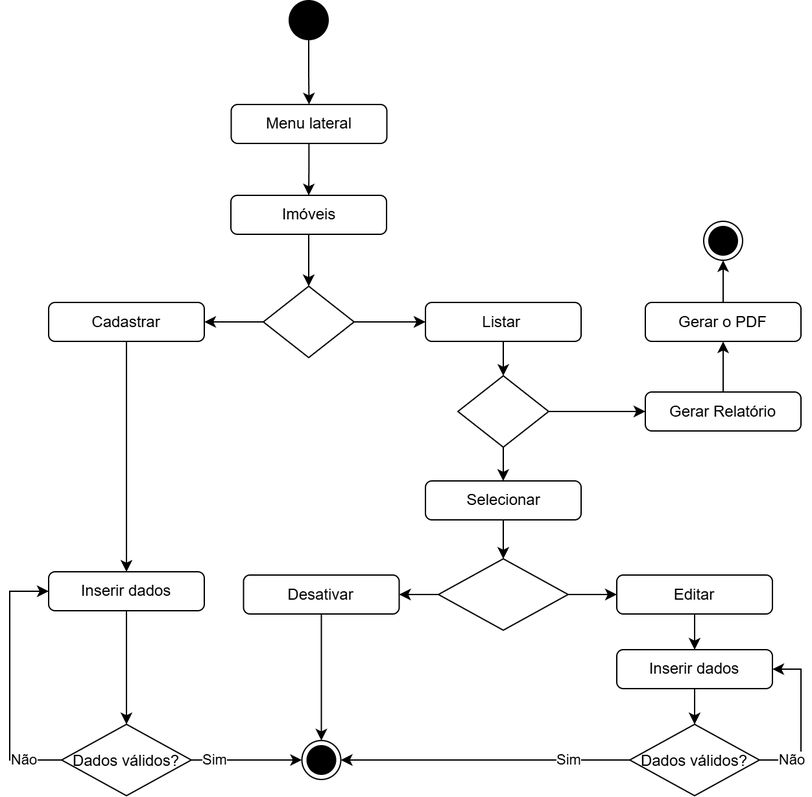
The draw.io diagram Diagramas/atividades/png/atv_imoveis.drawio.png in israel-bsi/realtyhub, before a commit. Source tidied: cells renumbered, new cells last; positions are measured from the earlier drawing's top-left corner, leaving out a move shared by most shapes.
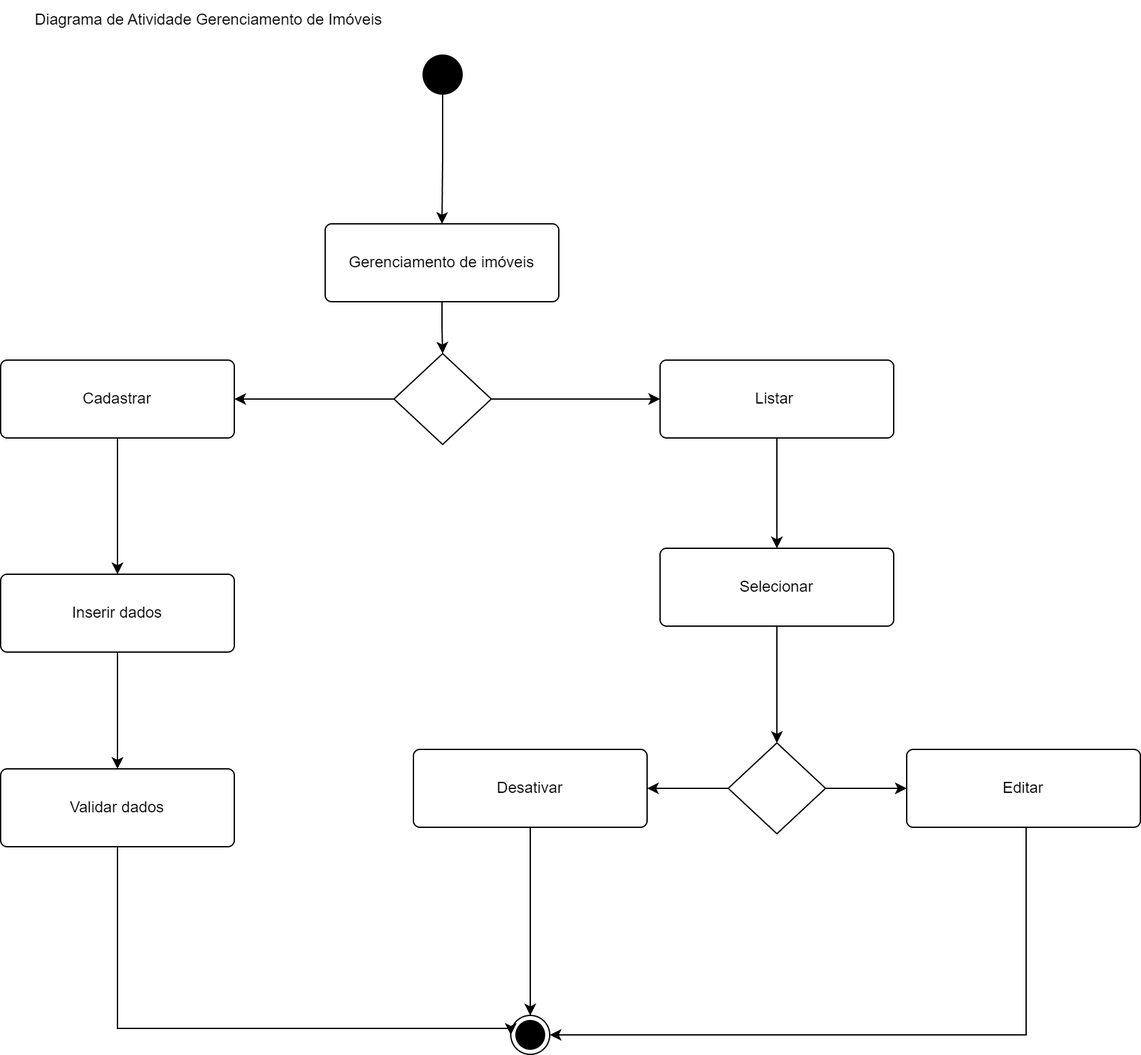
The same file after the commit.

Diff of the diagram source:
```diff
@@ -2,163 +2,93 @@
   <root>
     <mxCell id="0" />
     <mxCell id="1" parent="0" />
-    <mxCell id="2" style="edgeStyle=orthogonalEdgeStyle;rounded=0;jettySize=auto;html=1;entryX=0.5;entryY=0;entryDx=0;entryDy=0;" parent="1" edge="1" source="3" target="6">
-      <mxGeometry relative="1" as="geometry" />
-    </mxCell>
-    <mxCell id="3" value="Imóveis&lt;div&gt;&lt;/div&gt;" style="html=1;align=center;verticalAlign=middle;rounded=1;absoluteArcSize=1;arcSize=10;dashed=0;whiteSpace=wrap;" parent="1" vertex="1">
-      <mxGeometry x="170.5" y="150" width="120" height="30" as="geometry" />
-    </mxCell>
-    <mxCell id="4" style="edgeStyle=orthogonalEdgeStyle;rounded=0;jettySize=auto;html=1;entryX=0;entryY=0.5;entryDx=0;entryDy=0;" parent="1" edge="1" source="6" target="12">
-      <mxGeometry relative="1" as="geometry" />
-    </mxCell>
-    <mxCell id="5" style="edgeStyle=orthogonalEdgeStyle;rounded=0;jettySize=auto;html=1;entryX=1;entryY=0.5;entryDx=0;entryDy=0;" parent="1" edge="1" source="6" target="8">
-      <mxGeometry relative="1" as="geometry" />
-    </mxCell>
-    <mxCell id="6" style="rhombus;" parent="1" vertex="1">
-      <mxGeometry x="195.5" y="220" width="70" height="55" as="geometry" />
-    </mxCell>
-    <mxCell id="7" style="edgeStyle=orthogonalEdgeStyle;rounded=0;jettySize=auto;html=1;entryX=0.5;entryY=0;entryDx=0;entryDy=0;" parent="1" edge="1" source="8" target="23">
-      <mxGeometry relative="1" as="geometry" />
-    </mxCell>
+    <mxCell id="47" style="edgeStyle=orthogonalEdgeStyle;rounded=0;jettySize=auto;html=1;entryX=0.5;entryY=0;entryDx=0;entryDy=0;" parent="1" edge="1" source="48" target="51">
+      <mxGeometry relative="1" as="geometry" />
+    </mxCell>
+    <mxCell id="48" value="Gerenciamento de imóveis&lt;div&gt;&lt;/div&gt;" style="html=1;align=center;verticalAlign=middle;rounded=1;absoluteArcSize=1;arcSize=10;dashed=0;whiteSpace=wrap;" parent="1" vertex="1">
+      <mxGeometry x="-160" y="-840" width="180" height="60" as="geometry" />
+    </mxCell>
+    <mxCell id="49" style="edgeStyle=orthogonalEdgeStyle;rounded=0;jettySize=auto;html=1;entryX=0;entryY=0.5;entryDx=0;entryDy=0;" parent="1" edge="1" source="51" target="12">
+      <mxGeometry relative="1" as="geometry" />
+    </mxCell>
+    <mxCell id="50" style="edgeStyle=orthogonalEdgeStyle;rounded=0;jettySize=auto;html=1;entryX=1;entryY=0.5;entryDx=0;entryDy=0;" parent="1" edge="1" source="51" target="8">
+      <mxGeometry relative="1" as="geometry" />
+    </mxCell>
+    <mxCell id="51" style="rhombus;" parent="1" vertex="1">
+      <mxGeometry x="-107" y="-740" width="75" height="70" as="geometry" />
+    </mxCell>
+    <mxCell id="52" style="edgeStyle=orthogonalEdgeStyle;rounded=0;jettySize=auto;html=1;entryX=0.5;entryY=0;entryDx=0;entryDy=0;" parent="1" edge="1" source="8" target="64">
+      <mxGeometry relative="1" as="geometry" />
+    </mxCell>
     <mxCell id="8" value="&lt;div&gt;Cadastrar&lt;/div&gt;&lt;div&gt;&lt;/div&gt;" style="html=1;align=center;verticalAlign=middle;rounded=1;absoluteArcSize=1;arcSize=10;dashed=0;whiteSpace=wrap;" parent="1" vertex="1">
-      <mxGeometry x="30" y="232.5" width="120" height="30" as="geometry" />
+      <mxGeometry x="-410" y="-735" width="180" height="60" as="geometry" />
     </mxCell>
-    <mxCell id="9" style="edgeStyle=orthogonalEdgeStyle;rounded=0;jettySize=auto;html=1;entryX=0.5;entryY=0;entryDx=0;entryDy=0;" parent="1" edge="1" source="10" target="38">
-      <mxGeometry relative="1" as="geometry" />
-    </mxCell>
-    <mxCell id="10" style="ellipse;fillColor=strokeColor;html=1;" parent="1" vertex="1">
-      <mxGeometry x="215.5" width="30" height="30" as="geometry" />
-    </mxCell>
-    <mxCell id="11" style="edgeStyle=orthogonalEdgeStyle;rounded=0;jettySize=auto;html=1;" parent="1" edge="1" source="12" target="41">
-      <mxGeometry relative="1" as="geometry" />
-    </mxCell>
+    <mxCell id="53" style="edgeStyle=orthogonalEdgeStyle;rounded=0;jettySize=auto;html=1;entryX=0.5;entryY=0;entryDx=0;entryDy=0;" parent="1" edge="1" source="54" target="48">
+      <mxGeometry relative="1" as="geometry" />
+    </mxCell>
+    <mxCell id="54" style="ellipse;fillColor=strokeColor;html=1;" parent="1" vertex="1">
+      <mxGeometry x="-84.5" y="-970" width="30" height="30" as="geometry" />
+    </mxCell>
+    <mxCell id="55" value="Diagrama de Atividade Gerenciamento de Imóveis" style="text;html=1;align=center;verticalAlign=middle;strokeColor=none;fillColor=none;" parent="1" vertex="1">
+      <mxGeometry x="-395" y="-1012" width="290" height="30" as="geometry" />
+    </mxCell>
+    <mxCell id="56" style="edgeStyle=orthogonalEdgeStyle;rounded=0;jettySize=auto;html=1;entryX=0.5;entryY=0;entryDx=0;entryDy=0;" parent="1" edge="1" source="12" target="21">
+      <mxGeometry relative="1" as="geometry" />
+    </mxCell>
     <mxCell id="12" value="&lt;div&gt;&lt;span style=&quot;background-color: initial;&quot;&gt;Listar&amp;nbsp;&lt;/span&gt;&lt;br&gt;&lt;/div&gt;&lt;div&gt;&lt;/div&gt;" style="html=1;align=center;verticalAlign=middle;rounded=1;absoluteArcSize=1;arcSize=10;dashed=0;whiteSpace=wrap;" parent="1" vertex="1">
-      <mxGeometry x="320.5" y="232.5" width="120" height="30" as="geometry" />
+      <mxGeometry x="98" y="-735" width="180" height="60" as="geometry" />
     </mxCell>
-    <mxCell id="13" style="edgeStyle=orthogonalEdgeStyle;rounded=0;jettySize=auto;html=1;entryX=0;entryY=0.5;entryDx=0;entryDy=0;" parent="1" edge="1" source="15" target="19">
-      <mxGeometry relative="1" as="geometry" />
-    </mxCell>
-    <mxCell id="14" style="edgeStyle=orthogonalEdgeStyle;rounded=0;jettySize=auto;html=1;entryX=1;entryY=0.5;entryDx=0;entryDy=0;" parent="1" edge="1" source="15" target="17">
-      <mxGeometry relative="1" as="geometry" />
-    </mxCell>
-    <mxCell id="15" style="rhombus;" parent="1" vertex="1">
-      <mxGeometry x="330.5" y="430" width="100" height="55" as="geometry" />
-    </mxCell>
-    <mxCell id="16" style="edgeStyle=orthogonalEdgeStyle;rounded=0;jettySize=auto;html=1;entryX=0.5;entryY=0;entryDx=0;entryDy=0;" parent="1" edge="1" source="17" target="24">
-      <mxGeometry relative="1" as="geometry" />
-    </mxCell>
+    <mxCell id="57" style="edgeStyle=orthogonalEdgeStyle;rounded=0;jettySize=auto;html=1;entryX=0;entryY=0.5;entryDx=0;entryDy=0;" parent="1" edge="1" source="59" target="19">
+      <mxGeometry relative="1" as="geometry" />
+    </mxCell>
+    <mxCell id="58" style="edgeStyle=orthogonalEdgeStyle;rounded=0;jettySize=auto;html=1;entryX=1;entryY=0.5;entryDx=0;entryDy=0;" parent="1" edge="1" source="59" target="17">
+      <mxGeometry relative="1" as="geometry" />
+    </mxCell>
+    <mxCell id="59" style="rhombus;" parent="1" vertex="1">
+      <mxGeometry x="150.5" y="-440" width="75" height="70" as="geometry" />
+    </mxCell>
+    <mxCell id="60" style="edgeStyle=orthogonalEdgeStyle;rounded=0;jettySize=auto;html=1;entryX=0.5;entryY=0;entryDx=0;entryDy=0;" parent="1" edge="1" source="17" target="67">
+      <mxGeometry relative="1" as="geometry" />
+    </mxCell>
     <mxCell id="17" value="&lt;div&gt;Desativar&lt;/div&gt;&lt;div&gt;&lt;/div&gt;" style="html=1;align=center;verticalAlign=middle;rounded=1;absoluteArcSize=1;arcSize=10;dashed=0;whiteSpace=wrap;" parent="1" vertex="1">
-      <mxGeometry x="180.2" y="442.5" width="120" height="30" as="geometry" />
+      <mxGeometry x="-92" y="-435" width="180" height="60" as="geometry" />
     </mxCell>
-    <mxCell id="18" style="edgeStyle=orthogonalEdgeStyle;rounded=0;jettySize=auto;html=1;entryX=0.5;entryY=0;entryDx=0;entryDy=0;" parent="1" edge="1" source="19" target="31">
-      <mxGeometry relative="1" as="geometry" />
-    </mxCell>
+    <mxCell id="61" style="edgeStyle=orthogonalEdgeStyle;rounded=0;jettySize=auto;html=1;exitX=0.25;exitY=1;exitDx=0;exitDy=0;entryX=1;entryY=0.5;entryDx=0;entryDy=0;" parent="1" edge="1" source="19" target="67">
+      <mxGeometry relative="1" as="geometry">
+        <Array as="points">
+          <mxPoint x="380" y="-375" />
+          <mxPoint x="380" y="-215" />
+        </Array>
+      </mxGeometry>
+    </mxCell>
     <mxCell id="19" value="&lt;div&gt;Editar&lt;/div&gt;&lt;div&gt;&lt;/div&gt;" style="html=1;align=center;verticalAlign=middle;rounded=1;absoluteArcSize=1;arcSize=10;dashed=0;whiteSpace=wrap;" parent="1" vertex="1">
-      <mxGeometry x="468" y="442.5" width="120" height="30" as="geometry" />
+      <mxGeometry x="288" y="-435" width="180" height="60" as="geometry" />
     </mxCell>
-    <mxCell id="20" style="edgeStyle=orthogonalEdgeStyle;rounded=0;jettySize=auto;html=1;entryX=0.5;entryY=0;entryDx=0;entryDy=0;" parent="1" edge="1" source="21" target="15">
-      <mxGeometry relative="1" as="geometry" />
-    </mxCell>
+    <mxCell id="62" style="edgeStyle=orthogonalEdgeStyle;rounded=0;jettySize=auto;html=1;entryX=0.5;entryY=0;entryDx=0;entryDy=0;" parent="1" edge="1" source="21" target="59">
+      <mxGeometry relative="1" as="geometry" />
+    </mxCell>
     <mxCell id="21" value="&lt;div&gt;Selecionar&lt;/div&gt;&lt;div&gt;&lt;/div&gt;" style="html=1;align=center;verticalAlign=middle;rounded=1;absoluteArcSize=1;arcSize=10;dashed=0;whiteSpace=wrap;" parent="1" vertex="1">
-      <mxGeometry x="320.5" y="370" width="120" height="30" as="geometry" />
+      <mxGeometry x="98" y="-590" width="180" height="60" as="geometry" />
     </mxCell>
-    <mxCell id="22" style="edgeStyle=orthogonalEdgeStyle;rounded=0;jettySize=auto;html=1;entryX=0.5;entryY=0;entryDx=0;entryDy=0;" parent="1" edge="1" source="23" target="29">
-      <mxGeometry relative="1" as="geometry" />
-    </mxCell>
-    <mxCell id="23" value="&lt;div&gt;Inserir dados&lt;/div&gt;&lt;div&gt;&lt;/div&gt;" style="html=1;align=center;verticalAlign=middle;rounded=1;absoluteArcSize=1;arcSize=10;dashed=0;whiteSpace=wrap;" parent="1" vertex="1">
-      <mxGeometry x="30" y="440" width="120" height="30" as="geometry" />
-    </mxCell>
-    <mxCell id="24" style="ellipse;html=1;shape=endState;fillColor=strokeColor;" parent="1" vertex="1">
-      <mxGeometry x="225.2" y="570" width="30" height="30" as="geometry" />
-    </mxCell>
-    <mxCell id="25" style="edgeStyle=orthogonalEdgeStyle;rounded=0;jettySize=auto;html=1;entryX=0;entryY=0.5;entryDx=0;entryDy=0;" parent="1" edge="1" source="29" target="23">
-      <mxGeometry relative="1" as="geometry">
-        <Array as="points">
-          <mxPoint y="585" />
-          <mxPoint y="455" />
-        </Array>
-      </mxGeometry>
-    </mxCell>
-    <mxCell id="26" value="Não" style="edgeLabel;html=1;align=center;verticalAlign=middle;" parent="25" vertex="1">
-      <mxGeometry x="-0.7" y="-2" relative="1" as="geometry">
-        <mxPoint y="2" as="offset" />
-      </mxGeometry>
-    </mxCell>
-    <mxCell id="27" style="edgeStyle=orthogonalEdgeStyle;rounded=0;jettySize=auto;html=1;entryX=0;entryY=0.5;entryDx=0;entryDy=0;" parent="1" edge="1" source="29" target="24">
-      <mxGeometry relative="1" as="geometry">
-        <Array as="points">
-          <mxPoint x="120" y="585" />
-          <mxPoint x="120" y="585" />
-        </Array>
-      </mxGeometry>
-    </mxCell>
-    <mxCell id="28" value="Sim" style="edgeLabel;html=1;align=center;verticalAlign=middle;" parent="27" vertex="1">
-      <mxGeometry x="-0.79" relative="1" as="geometry">
-        <mxPoint x="9" as="offset" />
-      </mxGeometry>
-    </mxCell>
-    <mxCell id="29" value="Dados válidos?" style="rhombus;" parent="1" vertex="1">
-      <mxGeometry x="40" y="557.5" width="100" height="55" as="geometry" />
-    </mxCell>
-    <mxCell id="30" style="edgeStyle=orthogonalEdgeStyle;rounded=0;jettySize=auto;html=1;entryX=0.5;entryY=0;entryDx=0;entryDy=0;" parent="1" edge="1" source="31" target="36">
-      <mxGeometry relative="1" as="geometry" />
-    </mxCell>
-    <mxCell id="31" value="&lt;div&gt;Inserir dados&lt;/div&gt;&lt;div&gt;&lt;/div&gt;" style="html=1;align=center;verticalAlign=middle;rounded=1;absoluteArcSize=1;arcSize=10;dashed=0;whiteSpace=wrap;" parent="1" vertex="1">
-      <mxGeometry x="468" y="500" width="120" height="30" as="geometry" />
-    </mxCell>
-    <mxCell id="32" style="edgeStyle=orthogonalEdgeStyle;rounded=0;jettySize=auto;html=1;entryX=1;entryY=0.5;entryDx=0;entryDy=0;" parent="1" edge="1" source="36" target="31">
-      <mxGeometry relative="1" as="geometry">
-        <Array as="points">
-          <mxPoint x="610" y="585" />
-          <mxPoint x="610" y="515" />
-        </Array>
-      </mxGeometry>
-    </mxCell>
-    <mxCell id="33" value="Não" style="edgeLabel;html=1;align=center;verticalAlign=middle;" parent="32" vertex="1">
-      <mxGeometry x="-0.79" y="2" relative="1" as="geometry">
-        <mxPoint x="12" y="2" as="offset" />
-      </mxGeometry>
-    </mxCell>
-    <mxCell id="34" style="edgeStyle=orthogonalEdgeStyle;rounded=0;jettySize=auto;html=1;entryX=1;entryY=0.5;entryDx=0;entryDy=0;" parent="1" edge="1" source="36" target="24">
-      <mxGeometry relative="1" as="geometry" />
-    </mxCell>
-    <mxCell id="35" value="Sim" style="edgeLabel;html=1;align=center;verticalAlign=middle;" parent="34" vertex="1">
-      <mxGeometry x="-0.64" y="2" relative="1" as="geometry">
-        <mxPoint x="-7" y="-2" as="offset" />
-      </mxGeometry>
-    </mxCell>
-    <mxCell id="36" value="Dados válidos?" style="rhombus;" parent="1" vertex="1">
-      <mxGeometry x="478" y="557.5" width="100" height="55" as="geometry" />
-    </mxCell>
-    <mxCell id="37" style="edgeStyle=orthogonalEdgeStyle;rounded=0;jettySize=auto;html=1;entryX=0.5;entryY=0;entryDx=0;entryDy=0;" parent="1" edge="1" source="38" target="3">
-      <mxGeometry relative="1" as="geometry" />
-    </mxCell>
-    <mxCell id="38" value="Menu lateral&lt;div&gt;&lt;/div&gt;" style="html=1;align=center;verticalAlign=middle;rounded=1;absoluteArcSize=1;arcSize=10;dashed=0;whiteSpace=wrap;" parent="1" vertex="1">
-      <mxGeometry x="170.8" y="80" width="120" height="30" as="geometry" />
-    </mxCell>
-    <mxCell id="39" style="edgeStyle=orthogonalEdgeStyle;rounded=0;jettySize=auto;html=1;" parent="1" edge="1" source="41" target="21">
-      <mxGeometry relative="1" as="geometry" />
-    </mxCell>
-    <mxCell id="40" style="edgeStyle=orthogonalEdgeStyle;rounded=0;jettySize=auto;html=1;entryX=0;entryY=0.5;entryDx=0;entryDy=0;" parent="1" edge="1" source="41" target="43">
-      <mxGeometry relative="1" as="geometry" />
-    </mxCell>
-    <mxCell id="41" style="rhombus;" parent="1" vertex="1">
-      <mxGeometry x="345.5" y="289" width="70" height="55" as="geometry" />
-    </mxCell>
-    <mxCell id="42" style="edgeStyle=orthogonalEdgeStyle;rounded=0;jettySize=auto;html=1;" parent="1" edge="1" source="43" target="46">
-      <mxGeometry relative="1" as="geometry" />
-    </mxCell>
-    <mxCell id="43" value="&lt;div&gt;&lt;span style=&quot;background-color: initial;&quot;&gt;Gerar Relatório&lt;/span&gt;&lt;br&gt;&lt;/div&gt;&lt;div&gt;&lt;/div&gt;" style="html=1;align=center;verticalAlign=middle;rounded=1;absoluteArcSize=1;arcSize=10;dashed=0;whiteSpace=wrap;" parent="1" vertex="1">
-      <mxGeometry x="490" y="301.5" width="120" height="30" as="geometry" />
-    </mxCell>
-    <mxCell id="44" style="ellipse;html=1;shape=endState;fillColor=strokeColor;" parent="1" vertex="1">
-      <mxGeometry x="535" y="170" width="30" height="30" as="geometry" />
-    </mxCell>
-    <mxCell id="45" style="edgeStyle=orthogonalEdgeStyle;rounded=0;jettySize=auto;html=1;" parent="1" edge="1" source="46" target="44">
-      <mxGeometry relative="1" as="geometry" />
-    </mxCell>
-    <mxCell id="46" value="&lt;div&gt;&lt;span style=&quot;background-color: initial;&quot;&gt;Gerar o PDF&lt;/span&gt;&lt;br&gt;&lt;/div&gt;&lt;div&gt;&lt;/div&gt;" style="html=1;align=center;verticalAlign=middle;rounded=1;absoluteArcSize=1;arcSize=10;dashed=0;whiteSpace=wrap;" parent="1" vertex="1">
-      <mxGeometry x="490" y="232.5" width="120" height="30" as="geometry" />
-    </mxCell>
+    <mxCell id="63" style="edgeStyle=orthogonalEdgeStyle;rounded=0;jettySize=auto;html=1;" parent="1" edge="1" source="64" target="66">
+      <mxGeometry relative="1" as="geometry" />
+    </mxCell>
+    <mxCell id="64" value="&lt;div&gt;Inserir dados&lt;/div&gt;&lt;div&gt;&lt;/div&gt;" style="html=1;align=center;verticalAlign=middle;rounded=1;absoluteArcSize=1;arcSize=10;dashed=0;whiteSpace=wrap;" parent="1" vertex="1">
+      <mxGeometry x="-410" y="-570" width="180" height="60" as="geometry" />
+    </mxCell>
+    <mxCell id="65" style="edgeStyle=orthogonalEdgeStyle;rounded=0;jettySize=auto;html=1;entryX=0;entryY=0.5;entryDx=0;entryDy=0;" parent="1" edge="1" source="66" target="67">
+      <mxGeometry relative="1" as="geometry">
+        <Array as="points">
+          <mxPoint x="-320" y="-220" />
+          <mxPoint x="-17" y="-220" />
+        </Array>
+      </mxGeometry>
+    </mxCell>
+    <mxCell id="66" value="&lt;div&gt;Validar dados&lt;/div&gt;&lt;div&gt;&lt;/div&gt;" style="html=1;align=center;verticalAlign=middle;rounded=1;absoluteArcSize=1;arcSize=10;dashed=0;whiteSpace=wrap;" parent="1" vertex="1">
+      <mxGeometry x="-410" y="-420" width="180" height="60" as="geometry" />
+    </mxCell>
+    <mxCell id="67" style="ellipse;html=1;shape=endState;fillColor=strokeColor;" parent="1" vertex="1">
+      <mxGeometry x="-17" y="-230" width="30" height="30" as="geometry" />
+    </mxCell>
   </root>
 </mxGraphModel>
```
